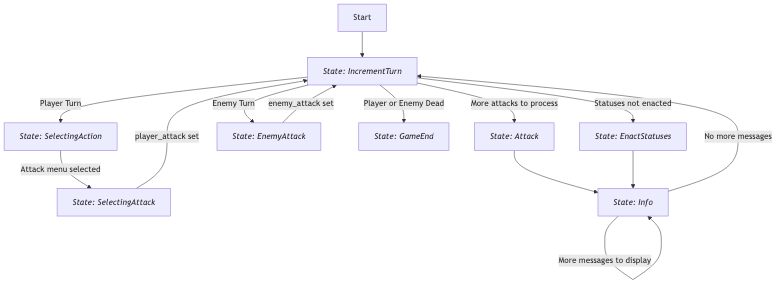
Before: docs/state_diagram.png, a diagram exported from Mermaid (JakeTaussig/rpg-rougelike). Its source is kept beside it as docs/state_diagram.mermaid.
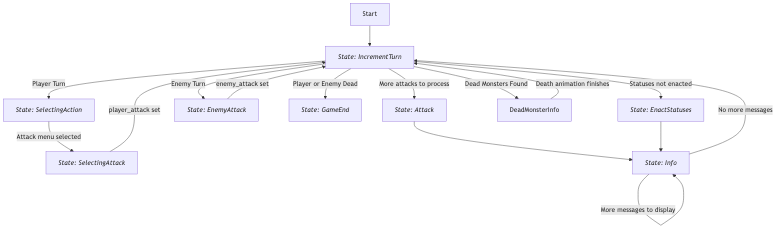
The same file after the commit.

Commit message:
Add "Dead Monster Info" state so we can prevent state changes while death animation is playing

Diff of the diagram source:
```diff
@@ -29,3 +29,6 @@
   Info --> |More messages to display| Info
 
   EnactStatuses --> Info
+
+  IncrementTurn --> |Dead Monsters Found| DeadMonsterInfo
+  DeadMonsterInfo --> |Death animation finishes| IncrementTurn
```
